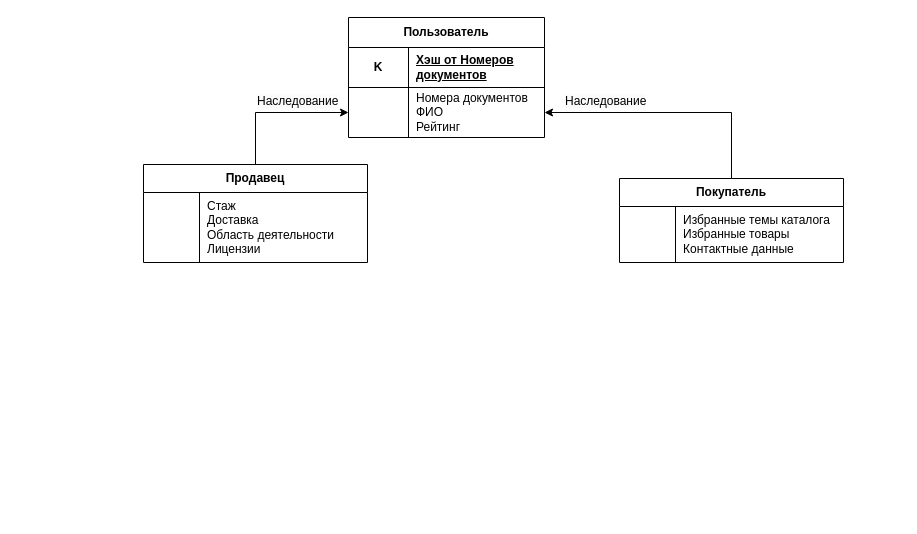
Djuckman/Compilers2 keeps this draw.io diagram as Диаграмма без названия.drawio. Above is the earlier version. Source tidied: cells renumbered, new cells numbered last; positions are measured from the earlier drawing's top-left corner, leaving out a move shared by most shapes. Both pictures are drawn from the tidied source at 100%, with x=0, y=0 at pixel (143, 17).
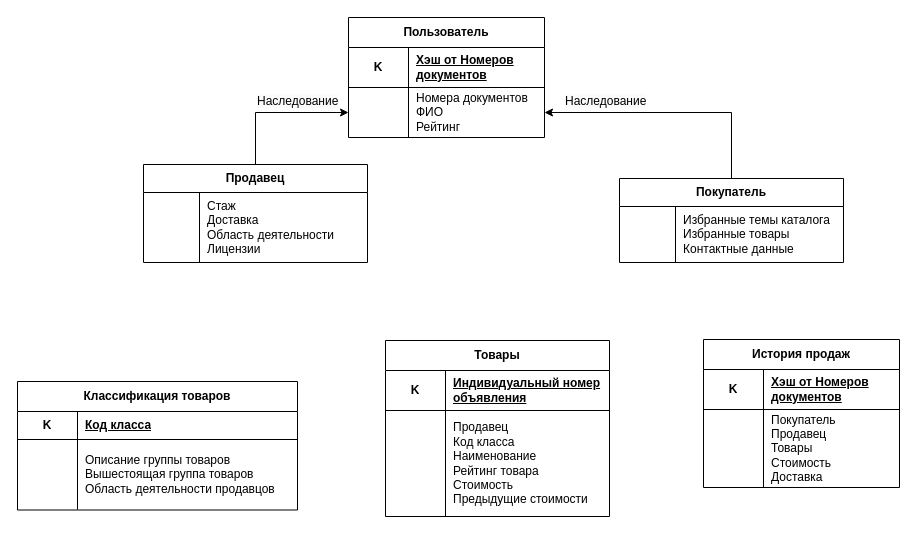
The same page after the edit.

Change to the diagram source:
```diff
@@
     <mxCell id="18" style="ellipse;whiteSpace=wrap;html=1;align=center;fillColor=none;strokeColor=none;perimeter=centerPerimeter;" parent="1" vertex="1">
-      <mxGeometry x="298" y="411" width="10" height="10" as="geometry" />
+      <mxGeometry x="512" y="378" width="10" height="10" as="geometry" />
     </mxCell>
@@
+    <mxCell id="23" value="История продаж" style="shape=table;startSize=30;childLayout=tableLayout;rowLines=0;fontStyle=1;align=center;html=1;whiteSpace=wrap;" parent="1" vertex="1">
+      <mxGeometry x="560" y="322" width="196" height="148" as="geometry" />
+    </mxCell>
+    <mxCell id="24" style="shape=tableRow;horizontal=0;startSize=0;swimlaneHead=0;swimlaneBody=0;fillColor=none;top=0;left=0;right=0;bottom=1;html=1;" parent="23" vertex="1">
+      <mxGeometry y="30" width="196" height="40" as="geometry" />
+    </mxCell>
+    <mxCell id="25" value="K" style="shape=partialRectangle;fillColor=none;top=0;left=0;bottom=0;right=0;fontStyle=1;overflow=hidden;html=1;whiteSpace=wrap;" parent="24" vertex="1">
+      <mxGeometry width="60" height="40" as="geometry" />
+    </mxCell>
+    <mxCell id="26" value="Хэш от Номеров документов" style="shape=partialRectangle;fillColor=none;top=0;left=0;bottom=0;right=0;align=left;spacingLeft=6;fontStyle=5;overflow=hidden;html=1;whiteSpace=wrap;" parent="24" vertex="1">
+      <mxGeometry x="60" width="136" height="40" as="geometry" />
+    </mxCell>
+    <mxCell id="27" style="shape=tableRow;horizontal=0;startSize=0;swimlaneHead=0;swimlaneBody=0;fillColor=none;top=0;left=0;right=0;bottom=0;html=1;" parent="23" vertex="1">
+      <mxGeometry y="70" width="196" height="78" as="geometry" />
+    </mxCell>
+    <mxCell id="28" style="shape=partialRectangle;fillColor=none;top=0;left=0;bottom=0;right=0;overflow=hidden;html=1;whiteSpace=wrap;" parent="27" vertex="1">
+      <mxGeometry width="60" height="78" as="geometry" />
+    </mxCell>
+    <mxCell id="29" value="&lt;div&gt;Покупатель&lt;/div&gt;&lt;div&gt;Продавец&lt;/div&gt;Товары&lt;div&gt;Стоимость&lt;/div&gt;&lt;div&gt;Доставка&lt;/div&gt;" style="shape=partialRectangle;fillColor=none;top=0;left=0;bottom=0;right=0;align=left;spacingLeft=6;overflow=hidden;html=1;whiteSpace=wrap;" parent="27" vertex="1">
+      <mxGeometry x="60" width="136" height="78" as="geometry" />
+    </mxCell>
+    <mxCell id="30" style="ellipse;whiteSpace=wrap;html=1;align=center;fillColor=none;strokeColor=none;perimeter=centerPerimeter;" parent="1" vertex="1">
+      <mxGeometry x="172" y="422.5" width="10" height="10" as="geometry" />
+    </mxCell>
+    <mxCell id="31" value="Товары" style="shape=table;startSize=30;childLayout=tableLayout;rowLines=0;fontStyle=1;align=center;html=1;whiteSpace=wrap;" parent="1" vertex="1">
+      <mxGeometry x="242" y="323" width="224" height="176" as="geometry" />
+    </mxCell>
+    <mxCell id="32" style="shape=tableRow;horizontal=0;startSize=0;swimlaneHead=0;swimlaneBody=0;fillColor=none;top=0;left=0;right=0;bottom=1;html=1;" parent="31" vertex="1">
+      <mxGeometry y="30" width="224" height="40" as="geometry" />
+    </mxCell>
+    <mxCell id="33" value="K" style="shape=partialRectangle;fillColor=none;top=0;left=0;bottom=0;right=0;fontStyle=1;overflow=hidden;html=1;whiteSpace=wrap;" parent="32" vertex="1">
+      <mxGeometry width="60" height="40" as="geometry" />
+    </mxCell>
+    <mxCell id="34" value="Индивидуальный номер объявления" style="shape=partialRectangle;fillColor=none;top=0;left=0;bottom=0;right=0;align=left;spacingLeft=6;fontStyle=5;overflow=hidden;html=1;whiteSpace=wrap;" parent="32" vertex="1">
+      <mxGeometry x="60" width="164" height="40" as="geometry" />
+    </mxCell>
+    <mxCell id="35" style="shape=tableRow;horizontal=0;startSize=0;swimlaneHead=0;swimlaneBody=0;fillColor=none;top=0;left=0;right=0;bottom=0;html=1;" parent="31" vertex="1">
+      <mxGeometry y="70" width="224" height="106" as="geometry" />
+    </mxCell>
+    <mxCell id="36" style="shape=partialRectangle;fillColor=none;top=0;left=0;bottom=0;right=0;overflow=hidden;html=1;whiteSpace=wrap;" parent="35" vertex="1">
+      <mxGeometry width="60" height="106" as="geometry" />
+    </mxCell>
+    <mxCell id="37" value="&lt;div&gt;Продавец&lt;/div&gt;&lt;div&gt;Код класса&lt;/div&gt;&lt;div&gt;Наименование&lt;/div&gt;Рейтинг товара&lt;div&gt;Стоимость&lt;/div&gt;&lt;div&gt;Предыдущие стоимости&lt;/div&gt;" style="shape=partialRectangle;fillColor=none;top=0;left=0;bottom=0;right=0;align=left;spacingLeft=6;overflow=hidden;html=1;whiteSpace=wrap;" parent="35" vertex="1">
+      <mxGeometry x="60" width="164" height="106" as="geometry" />
+    </mxCell>
+    <mxCell id="38" value="Классификация товаров" style="shape=table;startSize=30;childLayout=tableLayout;rowLines=0;fontStyle=1;align=center;html=1;whiteSpace=wrap;" parent="1" vertex="1">
+      <mxGeometry x="-126" y="364" width="280" height="128.5" as="geometry" />
+    </mxCell>
+    <mxCell id="39" style="shape=tableRow;horizontal=0;startSize=0;swimlaneHead=0;swimlaneBody=0;fillColor=none;top=0;left=0;right=0;bottom=1;html=1;" parent="38" vertex="1">
+      <mxGeometry y="30" width="280" height="28" as="geometry" />
+    </mxCell>
+    <mxCell id="40" value="K" style="shape=partialRectangle;fillColor=none;top=0;left=0;bottom=0;right=0;fontStyle=1;overflow=hidden;html=1;whiteSpace=wrap;" parent="39" vertex="1">
+      <mxGeometry width="60" height="28" as="geometry" />
+    </mxCell>
+    <mxCell id="41" value="Код класса" style="shape=partialRectangle;fillColor=none;top=0;left=0;bottom=0;right=0;align=left;spacingLeft=6;fontStyle=5;overflow=hidden;html=1;whiteSpace=wrap;" parent="39" vertex="1">
+      <mxGeometry x="60" width="220" height="28" as="geometry" />
+    </mxCell>
+    <mxCell id="42" style="shape=tableRow;horizontal=0;startSize=0;swimlaneHead=0;swimlaneBody=0;fillColor=none;top=0;left=0;right=0;bottom=0;html=1;" parent="38" vertex="1">
+      <mxGeometry y="58" width="280" height="70" as="geometry" />
+    </mxCell>
+    <mxCell id="43" style="shape=partialRectangle;fillColor=none;top=0;left=0;bottom=0;right=0;overflow=hidden;html=1;whiteSpace=wrap;" parent="42" vertex="1">
+      <mxGeometry width="60" height="70" as="geometry" />
+    </mxCell>
+    <mxCell id="44" value="&lt;div&gt;Описание группы товаров&lt;/div&gt;&lt;div&gt;Вышестоящая группа товаров&lt;/div&gt;&lt;div&gt;Область деятельности продавцов&lt;/div&gt;" style="shape=partialRectangle;fillColor=none;top=0;left=0;bottom=0;right=0;align=left;spacingLeft=6;overflow=hidden;html=1;whiteSpace=wrap;" parent="42" vertex="1">
+      <mxGeometry x="60" width="220" height="70" as="geometry" />
+    </mxCell>
```
